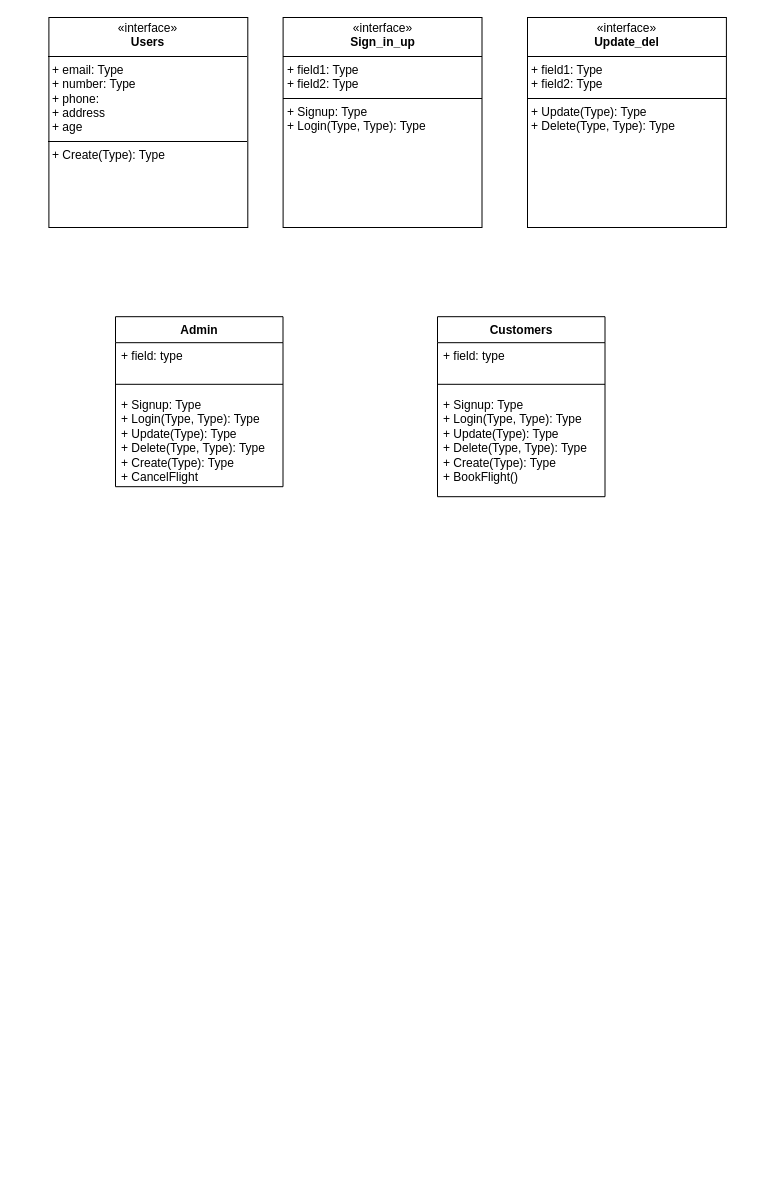
This is UML_D.drawio from Meite-Aboubacar-Sidick/JAVA_FINAL_Project, a draw.io file, before an edit. Source tidied: cells renumbered, new cells numbered last; positions are measured from the earlier drawing's top-left corner, leaving out a move shared by most shapes. Both pictures are drawn from the tidied source at 100%, with x=0, y=0 at pixel (17, 17).
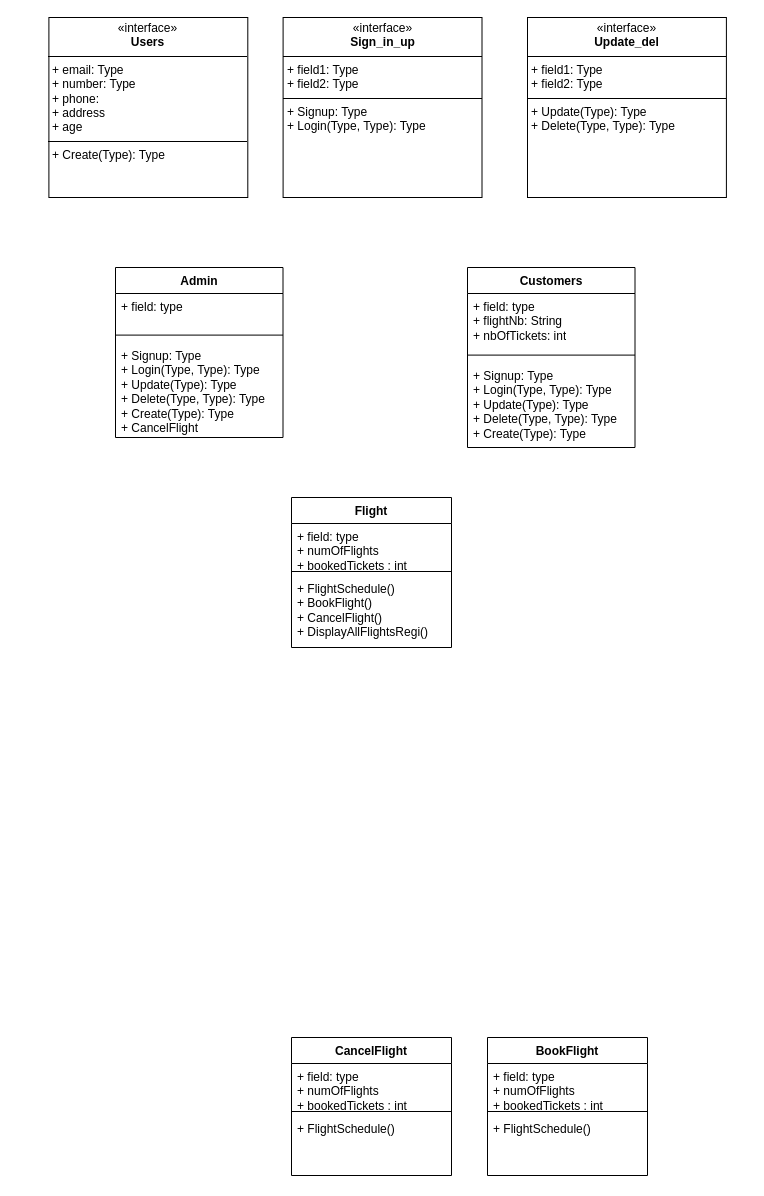
The same diagram, later.

Commit message:
Mettre à jour UML_D.drawio

Unchanged cells that the change refers to:
```xml
<mxCell id="2" style="group;" parent="1" vertex="1">
  <mxGeometry width="730" height="490" as="geometry" />
</mxCell>
```

The edit, as a diff of the source:
```diff
@@
     <mxCell id="3" value="Admin" style="swimlane;fontStyle=1;align=center;verticalAlign=top;horizontal=1;startSize=26;whiteSpace=wrap;html=1;" parent="2" vertex="1">
-      <mxGeometry x="98" y="299.2" width="167.5" height="170" as="geometry" />
+      <mxGeometry x="98" y="250" width="167.5" height="170" as="geometry" />
     </mxCell>
@@
     <mxCell id="7" value="Customers" style="swimlane;fontStyle=1;align=center;verticalAlign=top;horizontal=1;startSize=26;whiteSpace=wrap;html=1;" parent="2" vertex="1">
-      <mxGeometry x="420" y="299.2" width="167.5" height="180" as="geometry" />
+      <mxGeometry x="450" y="250" width="167.5" height="180" as="geometry" />
     </mxCell>
-    <mxCell id="8" value="+ field: type" style="text;strokeColor=none;fillColor=none;align=left;verticalAlign=top;spacingLeft=4;spacingRight=4;overflow=hidden;whiteSpace=wrap;html=1;" parent="7" vertex="1">
-      <mxGeometry y="26" width="167.5" height="34" as="geometry" />
+    <mxCell id="8" value="+ field: type&lt;div&gt;+ flightNb: String&lt;/div&gt;&lt;div&gt;+ nbOfTickets: int&lt;/div&gt;" style="text;strokeColor=none;fillColor=none;align=left;verticalAlign=top;spacingLeft=4;spacingRight=4;overflow=hidden;whiteSpace=wrap;html=1;" parent="7" vertex="1">
+      <mxGeometry y="26" width="167.5" height="54" as="geometry" />
     </mxCell>
     <mxCell id="9" style="line;strokeWidth=1;fillColor=none;align=left;verticalAlign=middle;spacingTop=-1;spacingLeft=3;spacingRight=3;labelPosition=right;strokeColor=inherit;" parent="7" vertex="1">
-      <mxGeometry y="60" width="167.5" height="15.2" as="geometry" />
+      <mxGeometry y="80" width="167.5" height="15.2" as="geometry" />
     </mxCell>
-    <mxCell id="10" value="&lt;div&gt;+ Signup: Type&lt;br&gt;+ Login(Type, Type): Type&lt;/div&gt;+ Update(Type): Type&lt;br&gt;+ Delete(Type, Type): Type&lt;div&gt;+ Create(Type): Type&lt;/div&gt;&lt;div&gt;+ BookFlight()&lt;br&gt;&lt;div&gt;&lt;br&gt;&lt;/div&gt;&lt;/div&gt;" style="text;strokeColor=none;fillColor=none;align=left;verticalAlign=top;spacingLeft=4;spacingRight=4;overflow=hidden;whiteSpace=wrap;html=1;" parent="7" vertex="1">
-      <mxGeometry y="75.2" width="167.5" height="104.8" as="geometry" />
+    <mxCell id="10" value="&lt;div&gt;+ Signup: Type&lt;br&gt;+ Login(Type, Type): Type&lt;/div&gt;+ Update(Type): Type&lt;br&gt;+ Delete(Type, Type): Type&lt;div&gt;+ Create(Type): Type&lt;/div&gt;" style="text;strokeColor=none;fillColor=none;align=left;verticalAlign=top;spacingLeft=4;spacingRight=4;overflow=hidden;whiteSpace=wrap;html=1;" parent="7" vertex="1">
+      <mxGeometry y="95.2" width="167.5" height="84.8" as="geometry" />
     </mxCell>
     <mxCell id="11" value="&lt;p style=&quot;margin:0px;margin-top:4px;text-align:center;&quot;&gt;«&lt;font style=&quot;line-height: 13.2px;&quot;&gt;interface&lt;/font&gt;»&lt;br&gt;&lt;b&gt;Users&lt;/b&gt;&lt;/p&gt;&lt;hr size=&quot;1&quot; style=&quot;border-style:solid;&quot;&gt;&lt;p style=&quot;margin:0px;margin-left:4px;&quot;&gt;+ email: Type&lt;br&gt;+ number: Type&lt;/p&gt;&lt;p style=&quot;margin:0px;margin-left:4px;&quot;&gt;+ phone:&lt;/p&gt;&lt;p style=&quot;margin:0px;margin-left:4px;&quot;&gt;+ address&lt;/p&gt;&lt;p style=&quot;margin:0px;margin-left:4px;&quot;&gt;+ age&lt;/p&gt;&lt;hr size=&quot;1&quot; style=&quot;border-style:solid;&quot;&gt;&lt;p style=&quot;margin:0px;margin-left:4px;&quot;&gt;+ Create(Type): Type&lt;br&gt;&lt;br&gt;&lt;/p&gt;" style="verticalAlign=top;align=left;overflow=fill;html=1;whiteSpace=wrap;" parent="2" vertex="1">
-      <mxGeometry x="31.4" width="198.9" height="210" as="geometry" />
+      <mxGeometry x="31.4" width="198.9" height="180" as="geometry" />
     </mxCell>
     <mxCell id="12" value="&lt;p style=&quot;margin:0px;margin-top:4px;text-align:center;&quot;&gt;«&lt;font style=&quot;line-height: 13.2px;&quot;&gt;interface&lt;/font&gt;»&lt;br&gt;&lt;b&gt;Sign_in_up&lt;/b&gt;&lt;/p&gt;&lt;hr size=&quot;1&quot; style=&quot;border-style:solid;&quot;&gt;&lt;p style=&quot;margin:0px;margin-left:4px;&quot;&gt;+ field1: Type&lt;br&gt;+ field2: Type&lt;/p&gt;&lt;hr size=&quot;1&quot; style=&quot;border-style:solid;&quot;&gt;&lt;p style=&quot;margin:0px;margin-left:4px;&quot;&gt;+ Signup: Type&lt;br&gt;+ Login(Type, Type): Type&lt;/p&gt;&lt;p style=&quot;margin:0px;margin-left:4px;&quot;&gt;&lt;br&gt;&lt;/p&gt;" style="verticalAlign=top;align=left;overflow=fill;html=1;whiteSpace=wrap;" parent="2" vertex="1">
-      <mxGeometry x="265.6" width="198.9" height="210" as="geometry" />
+      <mxGeometry x="265.6" width="198.9" height="180" as="geometry" />
     </mxCell>
     <mxCell id="13" value="&lt;p style=&quot;margin:0px;margin-top:4px;text-align:center;&quot;&gt;«&lt;font style=&quot;line-height: 13.2px;&quot;&gt;interface&lt;/font&gt;»&lt;br&gt;&lt;b&gt;Update_del&lt;/b&gt;&lt;/p&gt;&lt;hr size=&quot;1&quot; style=&quot;border-style:solid;&quot;&gt;&lt;p style=&quot;margin:0px;margin-left:4px;&quot;&gt;+ field1: Type&lt;br&gt;+ field2: Type&lt;/p&gt;&lt;hr size=&quot;1&quot; style=&quot;border-style:solid;&quot;&gt;&lt;p style=&quot;margin:0px;margin-left:4px;&quot;&gt;+ Update(Type): Type&lt;br&gt;+ Delete(Type, Type): Type&lt;/p&gt;&lt;p style=&quot;margin:0px;margin-left:4px;&quot;&gt;&lt;br&gt;&lt;/p&gt;" style="verticalAlign=top;align=left;overflow=fill;html=1;whiteSpace=wrap;" parent="2" vertex="1">
-      <mxGeometry x="510" width="198.9" height="210" as="geometry" />
+      <mxGeometry x="510" width="198.9" height="180" as="geometry" />
     </mxCell>
+    <mxCell id="14" value="Flight" style="swimlane;fontStyle=1;align=center;verticalAlign=top;horizontal=1;startSize=26;whiteSpace=wrap;html=1;" parent="1" vertex="1">
+      <mxGeometry x="274" y="480" width="160" height="150" as="geometry" />
+    </mxCell>
+    <mxCell id="15" value="+ field: type&lt;div&gt;+&amp;nbsp;numOfFlights&lt;/div&gt;&lt;div&gt;+ bookedTickets : int&lt;/div&gt;" style="text;strokeColor=none;fillColor=none;align=left;verticalAlign=top;spacingLeft=4;spacingRight=4;overflow=hidden;whiteSpace=wrap;html=1;" parent="14" vertex="1">
+      <mxGeometry y="26" width="160" height="44" as="geometry" />
+    </mxCell>
+    <mxCell id="16" style="line;strokeWidth=1;fillColor=none;align=left;verticalAlign=middle;spacingTop=-1;spacingLeft=3;spacingRight=3;labelPosition=right;strokeColor=inherit;" parent="14" vertex="1">
+      <mxGeometry y="70" width="160" height="8" as="geometry" />
+    </mxCell>
+    <mxCell id="17" value="+ FlightSchedule()&lt;div&gt;+ BookFlight()&lt;/div&gt;&lt;div&gt;+ CancelFlight()&lt;/div&gt;&lt;div&gt;+ DisplayAllFlightsRegi()&lt;/div&gt;" style="text;strokeColor=none;fillColor=none;align=left;verticalAlign=top;spacingLeft=4;spacingRight=4;overflow=hidden;whiteSpace=wrap;html=1;" parent="14" vertex="1">
+      <mxGeometry y="78" width="160" height="72" as="geometry" />
+    </mxCell>
+    <mxCell id="18" value="BookFlight" style="swimlane;fontStyle=1;align=center;verticalAlign=top;horizontal=1;startSize=26;whiteSpace=wrap;html=1;" parent="1" vertex="1">
+      <mxGeometry x="470" y="1020" width="160" height="138" as="geometry" />
+    </mxCell>
+    <mxCell id="19" value="+ field: type&lt;div&gt;+&amp;nbsp;numOfFlights&lt;/div&gt;&lt;div&gt;+ bookedTickets : int&lt;/div&gt;" style="text;strokeColor=none;fillColor=none;align=left;verticalAlign=top;spacingLeft=4;spacingRight=4;overflow=hidden;whiteSpace=wrap;html=1;" parent="18" vertex="1">
+      <mxGeometry y="26" width="160" height="44" as="geometry" />
+    </mxCell>
+    <mxCell id="20" style="line;strokeWidth=1;fillColor=none;align=left;verticalAlign=middle;spacingTop=-1;spacingLeft=3;spacingRight=3;labelPosition=right;strokeColor=inherit;" parent="18" vertex="1">
+      <mxGeometry y="70" width="160" height="8" as="geometry" />
+    </mxCell>
+    <mxCell id="21" value="+ FlightSchedule()" style="text;strokeColor=none;fillColor=none;align=left;verticalAlign=top;spacingLeft=4;spacingRight=4;overflow=hidden;whiteSpace=wrap;html=1;" parent="18" vertex="1">
+      <mxGeometry y="78" width="160" height="60" as="geometry" />
+    </mxCell>
+    <mxCell id="22" value="CancelFlight" style="swimlane;fontStyle=1;align=center;verticalAlign=top;horizontal=1;startSize=26;whiteSpace=wrap;html=1;" parent="1" vertex="1">
+      <mxGeometry x="274" y="1020" width="160" height="138" as="geometry" />
+    </mxCell>
+    <mxCell id="23" value="+ field: type&lt;div&gt;+&amp;nbsp;numOfFlights&lt;/div&gt;&lt;div&gt;+ bookedTickets : int&lt;/div&gt;" style="text;strokeColor=none;fillColor=none;align=left;verticalAlign=top;spacingLeft=4;spacingRight=4;overflow=hidden;whiteSpace=wrap;html=1;" parent="22" vertex="1">
+      <mxGeometry y="26" width="160" height="44" as="geometry" />
+    </mxCell>
+    <mxCell id="24" style="line;strokeWidth=1;fillColor=none;align=left;verticalAlign=middle;spacingTop=-1;spacingLeft=3;spacingRight=3;labelPosition=right;strokeColor=inherit;" parent="22" vertex="1">
+      <mxGeometry y="70" width="160" height="8" as="geometry" />
+    </mxCell>
+    <mxCell id="25" value="+ FlightSchedule()" style="text;strokeColor=none;fillColor=none;align=left;verticalAlign=top;spacingLeft=4;spacingRight=4;overflow=hidden;whiteSpace=wrap;html=1;" parent="22" vertex="1">
+      <mxGeometry y="78" width="160" height="60" as="geometry" />
+    </mxCell>
```
